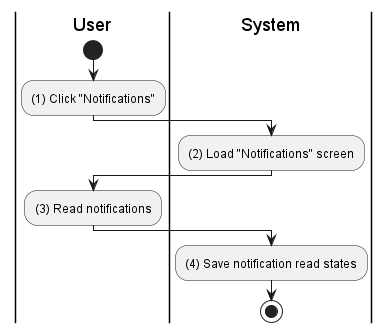
Earlier version of the PlantUML export activities/my-notification-view.png (phihungha/scmss-reqs).
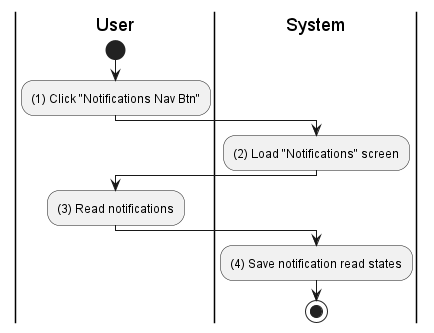
Later version of the same file.

Change to the diagram source:
```diff
@@ -4,7 +4,7 @@
 
 |u|
 start
-:(1) Click "Notifications";
+:(1) Click "Notifications Nav Btn";
 
 |s|
 :(2) Load "Notifications" screen;
```
